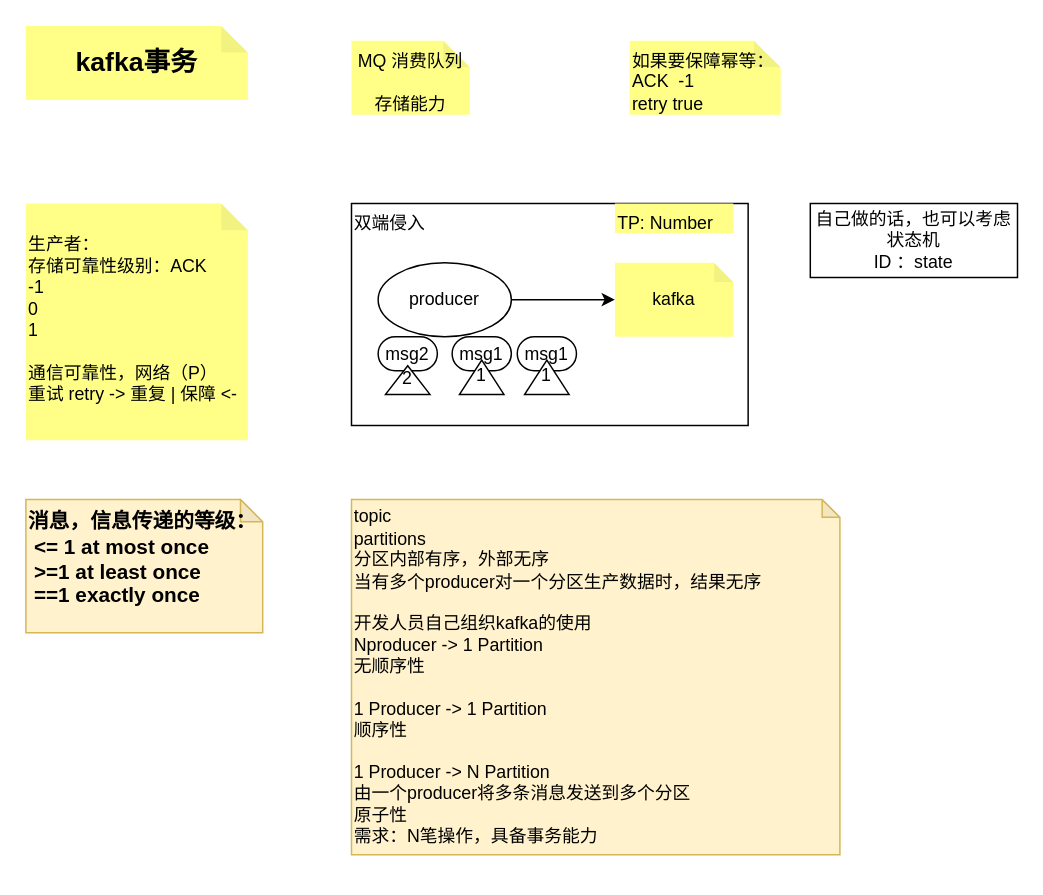
Above: draw/kafka/kafka事务.drawio in BxcGit/draw (draw.io), before the change. Source tidied: cells renumbered, new cells numbered last; positions are measured from the earlier drawing's top-left corner, leaving out a move shared by most shapes. Both pictures are drawn from the tidied source at 148%, with x=0, y=0 at pixel (25, 25).
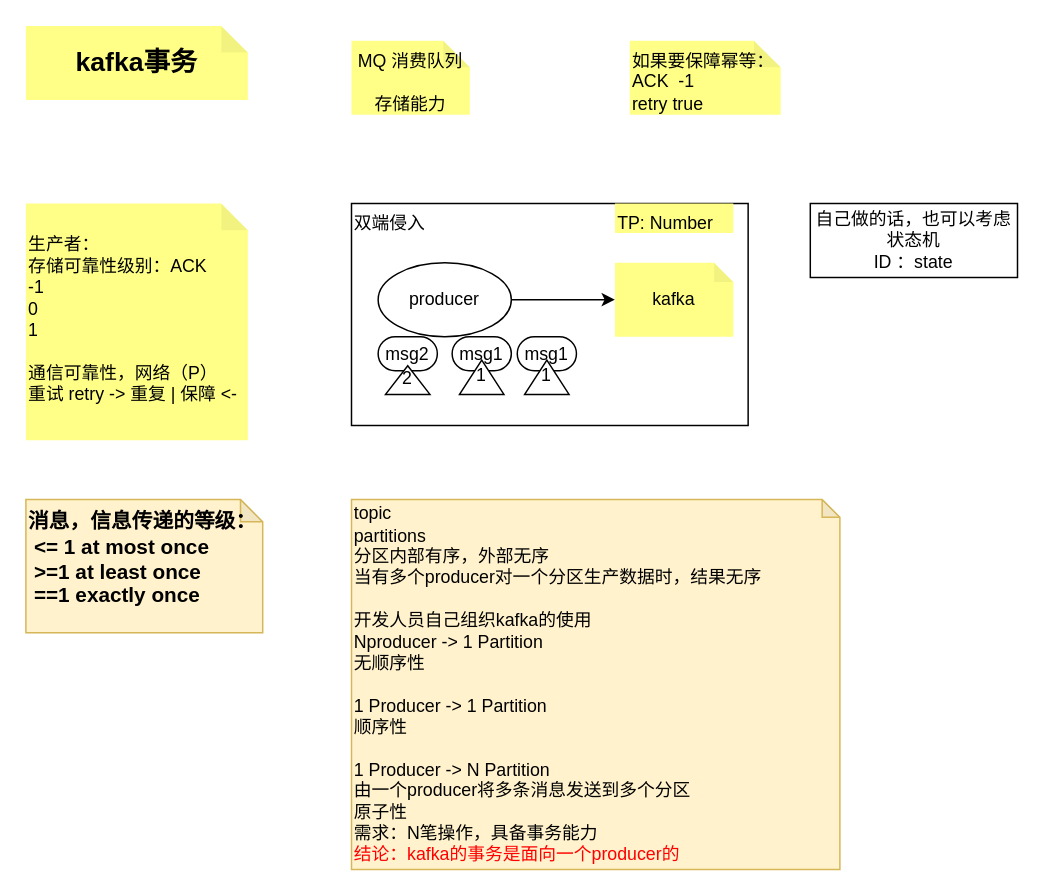
Above is the later version.

Diff of the diagram source:
```diff
@@
 <mxGraphModel>
   <root>
     <mxCell id="0" />
     <mxCell id="1" parent="0" />
     <mxCell id="2" value="双端侵入" style="rounded=0;whiteSpace=wrap;html=1;align=left;verticalAlign=top;" parent="1" vertex="1">
       <mxGeometry x="220" y="120" width="268" height="150" as="geometry" />
     </mxCell>
     <mxCell id="3" value="&lt;div&gt;&lt;br&gt;&lt;/div&gt;&lt;div&gt;生产者：&lt;/div&gt;&lt;div&gt;存储可靠性级别：ACK&lt;/div&gt;&lt;div&gt;-1&lt;/div&gt;&lt;div&gt;0&lt;/div&gt;&lt;div&gt;1&lt;/div&gt;&lt;div&gt;&lt;br&gt;&lt;/div&gt;&lt;div&gt;通信可靠性，网络（P）&lt;/div&gt;&lt;div&gt;重试 retry -&amp;gt; 重复 | 保障 &amp;lt;-&lt;/div&gt;" style="shape=note;whiteSpace=wrap;html=1;backgroundOutline=1;darkOpacity=0.05;fillColor=#ffff88;strokeColor=none;horizontal=1;align=left;verticalAlign=top;size=18;" parent="1" vertex="1">
       <mxGeometry y="120" width="150" height="160" as="geometry" />
     </mxCell>
     <mxCell id="4" value="kafka事务" style="shape=note;whiteSpace=wrap;html=1;backgroundOutline=1;darkOpacity=0.05;fillColor=#ffff88;strokeColor=none;horizontal=1;align=center;verticalAlign=middle;size=18;fontSize=18;fontStyle=1;" parent="1" vertex="1">
       <mxGeometry width="150" height="50" as="geometry" />
     </mxCell>
     <mxCell id="5" style="edgeStyle=orthogonalEdgeStyle;rounded=0;jettySize=auto;html=1;" parent="1" edge="1" source="6" target="7">
       <mxGeometry relative="1" as="geometry" />
     </mxCell>
     <mxCell id="6" value="producer" style="ellipse;whiteSpace=wrap;html=1;" parent="1" vertex="1">
       <mxGeometry x="238" y="160" width="90" height="50" as="geometry" />
     </mxCell>
     <mxCell id="7" value="kafka" style="shape=note;whiteSpace=wrap;html=1;backgroundOutline=1;darkOpacity=0.05;fillColor=#ffff88;strokeColor=none;horizontal=1;align=center;verticalAlign=middle;size=13;" parent="1" vertex="1">
       <mxGeometry x="398" y="160" width="80" height="50" as="geometry" />
     </mxCell>
     <mxCell id="8" value="msg1" style="rounded=1;whiteSpace=wrap;html=1;arcSize=50;" parent="1" vertex="1">
       <mxGeometry x="288" y="210" width="40" height="23" as="geometry" />
     </mxCell>
     <mxCell id="9" value="1" style="triangle;whiteSpace=wrap;html=1;rotation=-90;textDirection=vertical-lr;" parent="1" vertex="1">
       <mxGeometry x="296.4" y="222.4" width="23.2" height="30" as="geometry" />
     </mxCell>
     <mxCell id="10" value="msg1" style="rounded=1;whiteSpace=wrap;html=1;arcSize=50;" parent="1" vertex="1">
       <mxGeometry x="332" y="210" width="40" height="23" as="geometry" />
     </mxCell>
     <mxCell id="11" value="1" style="triangle;whiteSpace=wrap;html=1;rotation=-90;textDirection=vertical-lr;" parent="1" vertex="1">
       <mxGeometry x="340.4" y="222.4" width="23.2" height="30" as="geometry" />
     </mxCell>
     <mxCell id="12" value="msg2" style="rounded=1;whiteSpace=wrap;html=1;arcSize=50;" parent="1" vertex="1">
       <mxGeometry x="238" y="210" width="40" height="23" as="geometry" />
     </mxCell>
     <mxCell id="13" value="2" style="triangle;whiteSpace=wrap;html=1;rotation=-90;textDirection=vertical-lr;" parent="1" vertex="1">
       <mxGeometry x="248.3" y="224.3" width="19.4" height="30" as="geometry" />
     </mxCell>
     <mxCell id="14" value="TP: Number" style="shape=note;whiteSpace=wrap;html=1;backgroundOutline=1;darkOpacity=0.05;fillColor=#ffff88;strokeColor=none;horizontal=1;align=left;verticalAlign=top;size=0;" parent="1" vertex="1">
       <mxGeometry x="398" y="120" width="80" height="20" as="geometry" />
     </mxCell>
     <mxCell id="15" value="MQ 消费队列&lt;div&gt;&lt;br&gt;&lt;/div&gt;&lt;div&gt;存储能力&lt;/div&gt;" style="shape=note;whiteSpace=wrap;html=1;backgroundOutline=1;darkOpacity=0.05;fillColor=#ffff88;strokeColor=none;horizontal=1;align=center;verticalAlign=top;size=18;" parent="1" vertex="1">
       <mxGeometry x="220" y="10" width="80" height="50" as="geometry" />
     </mxCell>
     <mxCell id="16" value="如果要保障幂等：&lt;div&gt;ACK&amp;nbsp; -1&amp;nbsp;&lt;/div&gt;&lt;div&gt;retry true&lt;/div&gt;" style="shape=note;whiteSpace=wrap;html=1;backgroundOutline=1;darkOpacity=0.05;fillColor=#ffff88;strokeColor=none;horizontal=1;align=left;verticalAlign=top;size=18;" parent="1" vertex="1">
       <mxGeometry x="408" y="10" width="102" height="50" as="geometry" />
     </mxCell>
     <mxCell id="17" value="自己做的话，也可以考虑状态机&lt;div&gt;ID ：state&lt;/div&gt;" style="rounded=0;whiteSpace=wrap;html=1;align=center;verticalAlign=middle;" parent="1" vertex="1">
       <mxGeometry x="530" y="120" width="140" height="50" as="geometry" />
     </mxCell>
     <mxCell id="18" value="消息，信息传递的等级：&lt;div style=&quot;font-size: 14px;&quot;&gt;&amp;nbsp;&amp;lt;= 1 at most once&lt;/div&gt;&lt;div style=&quot;font-size: 14px;&quot;&gt;&amp;nbsp;&amp;gt;=1 at least once&lt;/div&gt;&lt;div style=&quot;font-size: 14px;&quot;&gt;&amp;nbsp;==1 exactly once&lt;/div&gt;" style="shape=note;whiteSpace=wrap;html=1;backgroundOutline=1;darkOpacity=0.05;fillColor=#fff2cc;strokeColor=#d6b656;horizontal=1;align=left;verticalAlign=top;size=15;fontStyle=1;fontSize=14;" parent="1" vertex="1">
       <mxGeometry y="320" width="160" height="90" as="geometry" />
     </mxCell>
-    <mxCell id="19" value="topic&lt;div&gt;partitions&lt;/div&gt;&lt;div&gt;分区内部有序，外部无序&lt;/div&gt;&lt;div&gt;当有多个producer对一个分区生产数据时，结果无序&lt;/div&gt;&lt;div&gt;&lt;br&gt;&lt;/div&gt;&lt;div&gt;开发人员自己组织kafka的使用&lt;/div&gt;&lt;div&gt;Nproducer -&amp;gt; 1 Partition&lt;/div&gt;&lt;div&gt;无顺序性&lt;/div&gt;&lt;div&gt;&lt;br&gt;&lt;/div&gt;&lt;div&gt;1 Producer -&amp;gt; 1 Partition&lt;/div&gt;&lt;div&gt;顺序性&lt;/div&gt;&lt;div&gt;&lt;br&gt;&lt;/div&gt;&lt;div&gt;1 Producer -&amp;gt; N Partition&lt;/div&gt;&lt;div&gt;由一个producer将多条消息发送到多个分区&lt;/div&gt;&lt;div&gt;原子性&lt;/div&gt;&lt;div&gt;需求：N笔操作，具备事务能力&lt;/div&gt;" style="shape=note;whiteSpace=wrap;html=1;backgroundOutline=1;darkOpacity=0.05;fillColor=#fff2cc;strokeColor=#d6b656;horizontal=1;align=left;verticalAlign=middle;size=12;" parent="1" vertex="1">
-      <mxGeometry x="220" y="320" width="330" height="240" as="geometry" />
+    <mxCell id="19" value="topic&lt;div&gt;partitions&lt;/div&gt;&lt;div&gt;分区内部有序，外部无序&lt;/div&gt;&lt;div&gt;当有多个producer对一个分区生产数据时，结果无序&lt;/div&gt;&lt;div&gt;&lt;br&gt;&lt;/div&gt;&lt;div&gt;开发人员自己组织kafka的使用&lt;/div&gt;&lt;div&gt;Nproducer -&amp;gt; 1 Partition&lt;/div&gt;&lt;div&gt;无顺序性&lt;/div&gt;&lt;div&gt;&lt;br&gt;&lt;/div&gt;&lt;div&gt;1 Producer -&amp;gt; 1 Partition&lt;/div&gt;&lt;div&gt;顺序性&lt;/div&gt;&lt;div&gt;&lt;br&gt;&lt;/div&gt;&lt;div&gt;1 Producer -&amp;gt; N Partition&lt;/div&gt;&lt;div&gt;由一个producer将多条消息发送到多个分区&lt;/div&gt;&lt;div&gt;原子性&lt;/div&gt;&lt;div&gt;需求：N笔操作，具备事务能力&lt;/div&gt;&lt;div&gt;&lt;font color=&quot;#ff0000&quot;&gt;结论：kafka的事务是面向一个producer的&lt;/font&gt;&lt;/div&gt;" style="shape=note;whiteSpace=wrap;html=1;backgroundOutline=1;darkOpacity=0.05;fillColor=#fff2cc;strokeColor=#d6b656;horizontal=1;align=left;verticalAlign=middle;size=12;" parent="1" vertex="1">
+      <mxGeometry x="220" y="320" width="330" height="250" as="geometry" />
     </mxCell>
   </root>
 </mxGraphModel>
```
